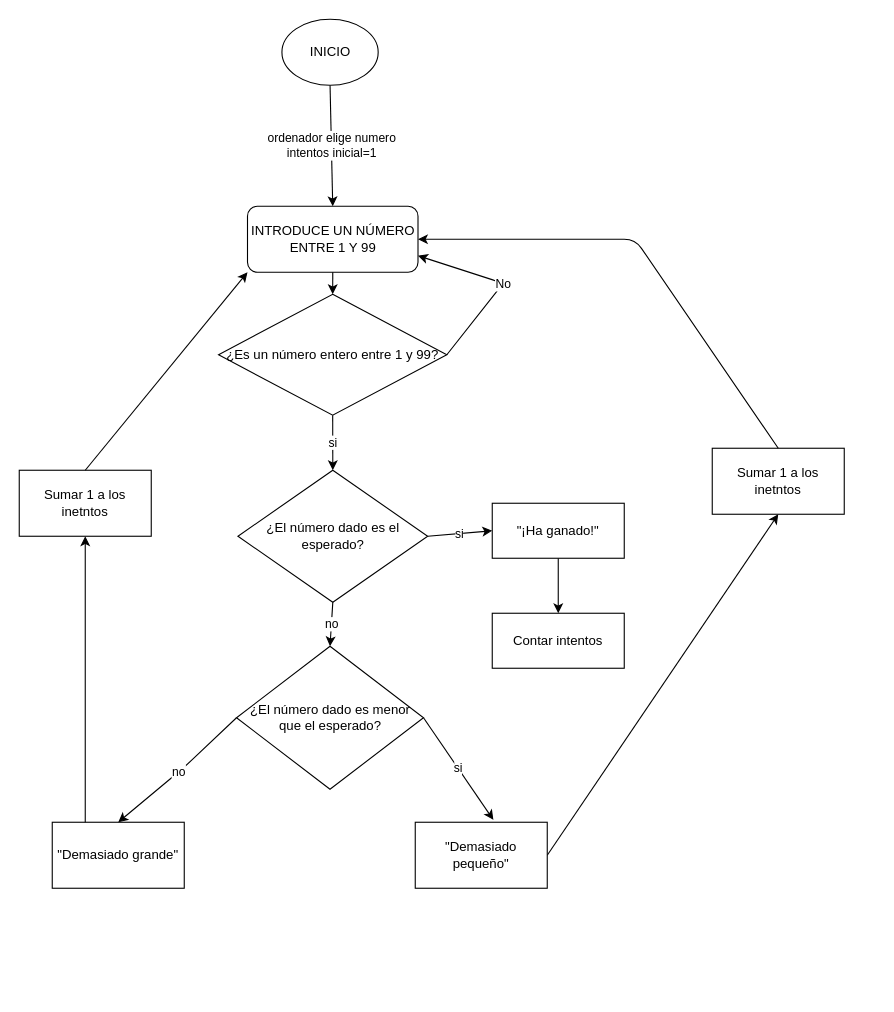
Before: diagrama.drawio in valuvilla/3.Adivina_un_numero_valentina_villalobos, a draw.io diagram. Source tidied: cells renumbered, new cells numbered last; positions are measured from the earlier drawing's top-left corner, leaving out a move shared by most shapes. Both pictures are drawn from the tidied source at 110%, with x=0, y=0 at pixel (19, 19).
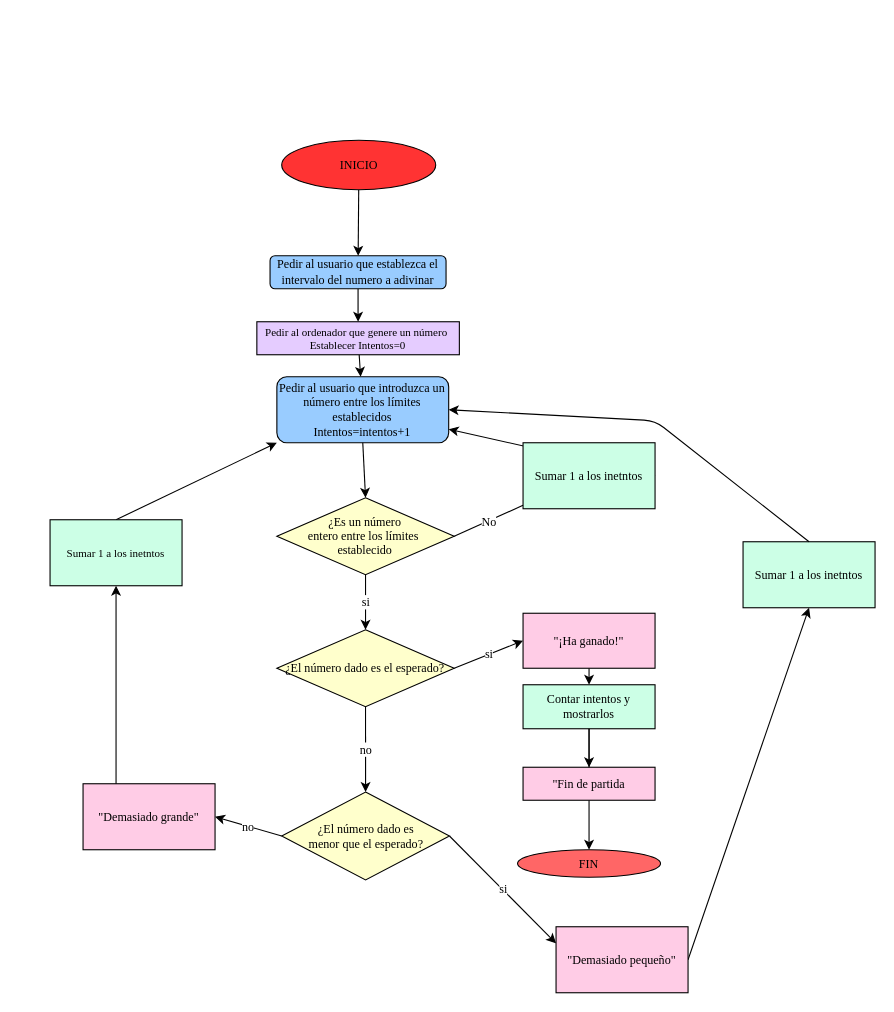
After the change.

The edit, as a diff of the source:
```diff
@@
-    <mxCell id="2" value="ordenador elige numero&lt;br&gt;intentos inicial=1" style="edgeStyle=none;html=1;exitX=0.5;exitY=1;exitDx=0;exitDy=0;entryX=0.5;entryY=0;entryDx=0;entryDy=0;" parent="1" edge="1" source="3" target="5">
-      <mxGeometry relative="1" as="geometry" />
-    </mxCell>
-    <mxCell id="3" value="INICIO" style="ellipse;whiteSpace=wrap;html=1;" parent="1" vertex="1">
-      <mxGeometry x="238.8" width="87.5" height="60" as="geometry" />
-    </mxCell>
-    <mxCell id="4" value="si" style="edgeStyle=none;html=1;entryX=0.5;entryY=0;entryDx=0;entryDy=0;exitX=0.5;exitY=1;exitDx=0;exitDy=0;" parent="1" edge="1" source="6" target="7">
+    <mxCell id="4" value="si" style="edgeStyle=none;html=1;entryX=0.5;entryY=0;entryDx=0;entryDy=0;exitX=0.5;exitY=1;exitDx=0;exitDy=0;fontSize=11;fontFamily=Times New Roman;" parent="1" edge="1" source="6" target="7">
       <mxGeometry relative="1" as="geometry" />
     </mxCell>
-    <mxCell id="5" value="INTRODUCE UN NÚMERO ENTRE 1 Y 99" style="rounded=1;whiteSpace=wrap;html=1;" parent="1" vertex="1">
-      <mxGeometry x="207.5" y="170" width="155" height="60" as="geometry" />
+    <mxCell id="5" value="Pedir al usuario que introduzca un número entre los límites establecidos&lt;br&gt;Intentos=intentos+1" style="rounded=1;whiteSpace=wrap;html=1;fontSize=11;fontFamily=Times New Roman;fillColor=#99CCFF;" parent="1" vertex="1">
+      <mxGeometry x="234.2" y="325" width="156.2" height="60" as="geometry" />
     </mxCell>
-    <mxCell id="6" value="¿Es un número entero entre 1 y 99?" style="rhombus;whiteSpace=wrap;html=1;" parent="1" vertex="1">
-      <mxGeometry x="181.2" y="250" width="207.5" height="110" as="geometry" />
+    <mxCell id="6" value="¿Es un número &lt;br&gt;entero entre los límites&amp;nbsp;&lt;br&gt;establecido" style="rhombus;whiteSpace=wrap;html=1;fontSize=11;fontFamily=Times New Roman;fillColor=#FFFFCC;" parent="1" vertex="1">
+      <mxGeometry x="234.2" y="435" width="161.2" height="70" as="geometry" />
     </mxCell>
-    <mxCell id="7" value="¿El número dado es el esperado?" style="rhombus;whiteSpace=wrap;html=1;" parent="1" vertex="1">
-      <mxGeometry x="198.8" y="410" width="172.5" height="120" as="geometry" />
+    <mxCell id="7" value="¿El número dado es el esperado?" style="rhombus;whiteSpace=wrap;html=1;fontSize=11;fontFamily=Times New Roman;fillColor=#FFFFCC;" parent="1" vertex="1">
+      <mxGeometry x="234.2" y="555" width="161.2" height="70" as="geometry" />
     </mxCell>
-    <mxCell id="8" value="¿El número dado es menor que el esperado?" style="rhombus;whiteSpace=wrap;html=1;" parent="1" vertex="1">
-      <mxGeometry x="197.5" y="570" width="170" height="130" as="geometry" />
+    <mxCell id="8" value="¿El número dado es &lt;br&gt;menor que el esperado?" style="rhombus;whiteSpace=wrap;html=1;fontSize=11;fontFamily=Times New Roman;fillColor=#FFFFCC;" parent="1" vertex="1">
+      <mxGeometry x="238.6" y="702.5" width="152.5" height="80" as="geometry" />
     </mxCell>
-    <mxCell id="9" value="&quot;Demasiado grande&quot;" style="rounded=0;whiteSpace=wrap;html=1;" parent="1" vertex="1">
-      <mxGeometry x="30" y="730" width="120" height="60" as="geometry" />
+    <mxCell id="9" value="&quot;Demasiado grande&quot;" style="rounded=0;whiteSpace=wrap;html=1;fontSize=11;fontFamily=Times New Roman;fillColor=#FFCCE6;" parent="1" vertex="1">
+      <mxGeometry x="58" y="695" width="120" height="60" as="geometry" />
     </mxCell>
-    <mxCell id="10" style="edgeStyle=none;html=1;exitX=1;exitY=0.5;exitDx=0;exitDy=0;entryX=0.5;entryY=1;entryDx=0;entryDy=0;" parent="1" edge="1" source="11" target="22">
+    <mxCell id="10" style="edgeStyle=none;html=1;exitX=1;exitY=0.5;exitDx=0;exitDy=0;entryX=0.5;entryY=1;entryDx=0;entryDy=0;fontSize=11;fontFamily=Times New Roman;" parent="1" edge="1" source="11" target="22">
       <mxGeometry relative="1" as="geometry" />
     </mxCell>
-    <mxCell id="11" value="&quot;Demasiado pequeño&quot;" style="rounded=0;whiteSpace=wrap;html=1;" parent="1" vertex="1">
-      <mxGeometry x="360" y="730" width="120" height="60" as="geometry" />
+    <mxCell id="11" value="&quot;Demasiado pequeño&quot;" style="rounded=0;whiteSpace=wrap;html=1;fontSize=11;fontFamily=Times New Roman;fillColor=#FFCCE6;" parent="1" vertex="1">
+      <mxGeometry x="488" y="825" width="120" height="60" as="geometry" />
     </mxCell>
-    <mxCell id="12" style="edgeStyle=none;html=1;exitX=0.5;exitY=1;exitDx=0;exitDy=0;entryX=0.5;entryY=0;entryDx=0;entryDy=0;" parent="1" edge="1" source="13">
-      <mxGeometry relative="1" as="geometry">
-        <mxPoint x="490" y="540" as="targetPoint" />
-      </mxGeometry>
+    <mxCell id="12" style="edgeStyle=none;html=1;exitX=0.5;exitY=1;exitDx=0;exitDy=0;entryX=0.5;entryY=0;entryDx=0;entryDy=0;fontSize=11;fontFamily=Times New Roman;" parent="1" edge="1" source="13" target="21">
+      <mxGeometry relative="1" as="geometry" />
     </mxCell>
-    <mxCell id="13" value="&quot;¡Ha ganado!&quot;" style="rounded=0;whiteSpace=wrap;html=1;" parent="1" vertex="1">
-      <mxGeometry x="430" y="440" width="120" height="50" as="geometry" />
+    <mxCell id="13" value="&quot;¡Ha ganado!&quot;" style="rounded=0;whiteSpace=wrap;html=1;fontSize=11;fontFamily=Times New Roman;fillColor=#FFCCE6;" parent="1" vertex="1">
+      <mxGeometry x="458" y="540" width="120" height="50" as="geometry" />
     </mxCell>
-    <mxCell id="14" style="endArrow=classic;html=1;exitX=0.5;exitY=1;exitDx=0;exitDy=0;entryX=0.5;entryY=0;entryDx=0;entryDy=0;" parent="1" edge="1" source="5" target="6">
+    <mxCell id="14" style="endArrow=classic;html=1;exitX=0.5;exitY=1;exitDx=0;exitDy=0;entryX=0.5;entryY=0;entryDx=0;entryDy=0;fontSize=11;fontFamily=Times New Roman;" parent="1" edge="1" source="5" target="6">
       <mxGeometry relative="1" as="geometry" />
     </mxCell>
-    <mxCell id="15" style="endArrow=classic;html=1;exitX=1;exitY=0.5;exitDx=0;exitDy=0;entryX=1;entryY=0.75;entryDx=0;entryDy=0;" parent="1" edge="1" source="6" target="5">
-      <mxGeometry relative="1" as="geometry">
-        <Array as="points">
-          <mxPoint x="440" y="240" />
-        </Array>
-      </mxGeometry>
+    <mxCell id="15" style="endArrow=classic;html=1;exitX=1;exitY=0.5;exitDx=0;exitDy=0;startArrow=none;fontSize=11;fontFamily=Times New Roman;" parent="1" edge="1" source="30" target="5">
+      <mxGeometry relative="1" as="geometry" />
     </mxCell>
-    <mxCell id="16" value="No" style="edgeLabel;html=1;align=center;verticalAlign=middle;" parent="15" vertex="1">
-      <mxGeometry relative="1" as="geometry" />
-    </mxCell>
-    <mxCell id="17" value="si" style="edgeStyle=none;html=1;exitX=1;exitY=0.5;exitDx=0;exitDy=0;entryX=0;entryY=0.5;entryDx=0;entryDy=0;" parent="1" edge="1" source="7" target="13">
+    <mxCell id="17" value="si" style="edgeStyle=none;html=1;exitX=1;exitY=0.5;exitDx=0;exitDy=0;entryX=0;entryY=0.5;entryDx=0;entryDy=0;fontSize=11;fontFamily=Times New Roman;" parent="1" edge="1" source="7" target="13">
       <mxGeometry relative="1" as="geometry" />
     </mxCell>
-    <mxCell id="18" value="si" style="edgeStyle=none;html=1;exitX=1;exitY=0.5;exitDx=0;exitDy=0;entryX=0.592;entryY=-0.036;entryDx=0;entryDy=0;entryPerimeter=0;" parent="1" edge="1" source="8" target="11">
+    <mxCell id="18" value="si" style="edgeStyle=none;html=1;exitX=1;exitY=0.5;exitDx=0;exitDy=0;entryX=0;entryY=0.25;entryDx=0;entryDy=0;fontSize=11;fontFamily=Times New Roman;" parent="1" edge="1" source="8" target="11">
       <mxGeometry relative="1" as="geometry" />
     </mxCell>
-    <mxCell id="19" value="no" style="edgeStyle=none;html=1;exitX=0.5;exitY=1;exitDx=0;exitDy=0;entryX=0.5;entryY=0;entryDx=0;entryDy=0;" parent="1" edge="1" source="7" target="8">
+    <mxCell id="19" value="no" style="edgeStyle=none;html=1;exitX=0.5;exitY=1;exitDx=0;exitDy=0;entryX=0.5;entryY=0;entryDx=0;entryDy=0;fontSize=11;fontFamily=Times New Roman;" parent="1" edge="1" source="7" target="8">
       <mxGeometry relative="1" as="geometry" />
     </mxCell>
-    <mxCell id="20" value="no" style="edgeStyle=none;html=1;exitX=0;exitY=0.5;exitDx=0;exitDy=0;entryX=0.5;entryY=0;entryDx=0;entryDy=0;" parent="1" edge="1" source="8" target="9">
-      <mxGeometry relative="1" as="geometry">
-        <Array as="points">
-          <mxPoint x="150" y="680" />
-        </Array>
-      </mxGeometry>
+    <mxCell id="20" value="no" style="edgeStyle=none;html=1;exitX=0;exitY=0.5;exitDx=0;exitDy=0;entryX=1;entryY=0.5;entryDx=0;entryDy=0;fontSize=11;fontFamily=Times New Roman;" parent="1" edge="1" source="8" target="9">
+      <mxGeometry relative="1" as="geometry" />
     </mxCell>
+    <mxCell id="27" style="edgeStyle=none;html=1;fontFamily=Times New Roman;fontSize=10;startArrow=none;" parent="1" edge="1" source="38" target="37">
+      <mxGeometry relative="1" as="geometry" />
+    </mxCell>
+    <mxCell id="28" style="edgeStyle=none;html=1;fontFamily=Times New Roman;fontSize=10;fillColor=#CCFFE6;" parent="1" edge="1" source="21" target="38">
+      <mxGeometry relative="1" as="geometry" />
+    </mxCell>
-    <mxCell id="21" value="Contar intentos" style="rounded=0;whiteSpace=wrap;html=1;" parent="1" vertex="1">
-      <mxGeometry x="430" y="540" width="120" height="50" as="geometry" />
+    <mxCell id="21" value="Contar intentos y mostrarlos" style="rounded=0;whiteSpace=wrap;html=1;fontSize=11;fontFamily=Times New Roman;fillColor=#CCFFE6;" parent="1" vertex="1">
+      <mxGeometry x="458" y="605" width="120" height="40" as="geometry" />
     </mxCell>
-    <mxCell id="22" value="Sumar 1 a los inetntos" style="rounded=0;whiteSpace=wrap;html=1;" parent="1" vertex="1">
-      <mxGeometry x="630" y="390" width="120" height="60" as="geometry" />
+    <mxCell id="22" value="Sumar 1 a los inetntos" style="rounded=0;whiteSpace=wrap;html=1;fontSize=11;fontFamily=Times New Roman;fillColor=#CCFFE6;" parent="1" vertex="1">
+      <mxGeometry x="658" y="475" width="120" height="60" as="geometry" />
     </mxCell>
-    <mxCell id="23" style="edgeStyle=none;html=1;exitX=0.25;exitY=0;exitDx=0;exitDy=0;entryX=0.5;entryY=1;entryDx=0;entryDy=0;" parent="1" edge="1" source="9" target="24">
+    <mxCell id="23" style="edgeStyle=none;html=1;exitX=0.25;exitY=0;exitDx=0;exitDy=0;entryX=0.5;entryY=1;entryDx=0;entryDy=0;fontSize=11;fontFamily=Times New Roman;" parent="1" edge="1" source="9" target="29">
       <mxGeometry relative="1" as="geometry" />
     </mxCell>
-    <mxCell id="24" value="Sumar 1 a los inetntos" style="rounded=0;whiteSpace=wrap;html=1;" parent="1" vertex="1">
-      <mxGeometry y="410" width="120" height="60" as="geometry" />
-    </mxCell>
-    <mxCell id="25" style="edgeStyle=none;html=1;exitX=0.5;exitY=0;exitDx=0;exitDy=0;entryX=1;entryY=0.5;entryDx=0;entryDy=0;" parent="1" edge="1" source="22" target="5">
+    <mxCell id="25" style="edgeStyle=none;html=1;exitX=0.5;exitY=0;exitDx=0;exitDy=0;entryX=1;entryY=0.5;entryDx=0;entryDy=0;fontSize=11;fontFamily=Times New Roman;fillColor=#CCFFE6;" parent="1" edge="1" source="22" target="5">
       <mxGeometry relative="1" as="geometry">
         <Array as="points">
-          <mxPoint x="560" y="200" />
+          <mxPoint x="578" y="365" />
         </Array>
       </mxGeometry>
     </mxCell>
-    <mxCell id="26" style="edgeStyle=none;html=1;exitX=0.5;exitY=0;exitDx=0;exitDy=0;entryX=0;entryY=1;entryDx=0;entryDy=0;" parent="1" edge="1" source="24" target="5">
+    <mxCell id="26" style="edgeStyle=none;html=1;exitX=0.5;exitY=0;exitDx=0;exitDy=0;entryX=0;entryY=1;entryDx=0;entryDy=0;fontSize=11;fontFamily=Times New Roman;" parent="1" edge="1" source="29" target="5">
       <mxGeometry relative="1" as="geometry" />
     </mxCell>
+    <mxCell id="29" value="Sumar 1 a los inetntos" style="rounded=0;whiteSpace=wrap;html=1;fontFamily=Times New Roman;fontSize=10;fillColor=#CCFFE6;" parent="1" vertex="1">
+      <mxGeometry x="28" y="455" width="120" height="60" as="geometry" />
+    </mxCell>
+    <mxCell id="30" value="Sumar 1 a los inetntos" style="rounded=0;whiteSpace=wrap;html=1;fontSize=11;fontFamily=Times New Roman;fillColor=#CCFFE6;" parent="1" vertex="1">
+      <mxGeometry x="458" y="385" width="120" height="60" as="geometry" />
+    </mxCell>
+    <mxCell id="31" style="endArrow=none;html=1;exitX=1;exitY=0.5;exitDx=0;exitDy=0;fontSize=11;fontFamily=Times New Roman;" parent="1" edge="1" source="6" target="30">
+      <mxGeometry relative="1" as="geometry" />
+    </mxCell>
+    <mxCell id="16" value="No" style="edgeLabel;html=1;align=center;verticalAlign=middle;fontSize=11;fontFamily=Times New Roman;" parent="31" vertex="1">
+      <mxGeometry relative="1" as="geometry" />
+    </mxCell>
+    <mxCell id="32" style="edgeStyle=none;html=1;fontFamily=Times New Roman;fontSize=10;" parent="1" edge="1" source="33" target="5">
+      <mxGeometry relative="1" as="geometry" />
+    </mxCell>
+    <mxCell id="33" value="Pedir al ordenador que genere un número&amp;nbsp;&lt;br&gt;Establecer Intentos=0" style="rounded=0;whiteSpace=wrap;html=1;fontFamily=Times New Roman;fontSize=10;fillColor=#E5CCFF;" parent="1" vertex="1">
+      <mxGeometry x="216" y="275" width="184.1" height="30" as="geometry" />
+    </mxCell>
+    <mxCell id="34" style="edgeStyle=none;html=1;fontFamily=Times New Roman;fontSize=10;" parent="1" edge="1" source="35" target="33">
+      <mxGeometry relative="1" as="geometry" />
+    </mxCell>
+    <mxCell id="35" value="Pedir al usuario que establezca el intervalo del numero a adivinar" style="rounded=1;whiteSpace=wrap;html=1;fontSize=11;fontFamily=Times New Roman;fillColor=#99CCFF;" parent="1" vertex="1">
+      <mxGeometry x="228" y="215" width="160" height="30" as="geometry" />
+    </mxCell>
+    <mxCell id="36" style="edgeStyle=none;html=1;fontFamily=Times New Roman;fontSize=10;startArrow=none;" parent="1" edge="1" source="3" target="35">
+      <mxGeometry relative="1" as="geometry" />
+    </mxCell>
+    <mxCell id="37" value="FIN" style="ellipse;whiteSpace=wrap;html=1;fontSize=11;fontFamily=Times New Roman;rounded=0;fillColor=#FF6666;" parent="1" vertex="1">
+      <mxGeometry x="453" y="755" width="130" height="25" as="geometry" />
+    </mxCell>
+    <mxCell id="38" value="&quot;Fin de partida" style="whiteSpace=wrap;html=1;fontSize=11;fontFamily=Times New Roman;rounded=0;fillColor=#FFCCE6;" parent="1" vertex="1">
+      <mxGeometry x="458" y="680" width="120" height="30" as="geometry" />
+    </mxCell>
+    <mxCell id="39" style="edgeStyle=none;html=1;fontFamily=Times New Roman;fontSize=10;endArrow=none;" parent="1" edge="1" source="21" target="38">
+      <mxGeometry relative="1" as="geometry" />
+    </mxCell>
+    <mxCell id="3" value="INICIO" style="ellipse;whiteSpace=wrap;html=1;fontSize=11;fontFamily=Times New Roman;rounded=1;fillColor=#FF3333;" parent="1" vertex="1">
+      <mxGeometry x="238.6" y="110" width="140" height="45" as="geometry" />
+    </mxCell>
```
